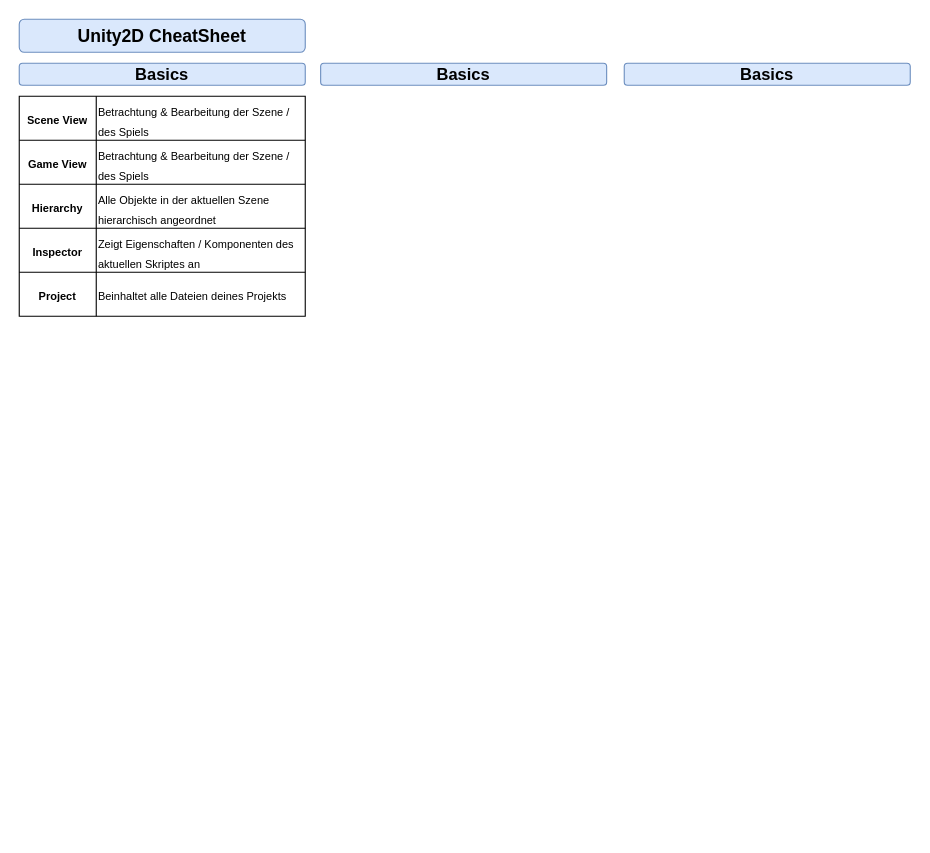
Earlier version of the draw.io diagram CheatSheet.drawio (CanonDieCamera/Bee-Unity-Asset). Source tidied: cells renumbered, new cells numbered last; positions are measured from the earlier drawing's top-left corner, leaving out a move shared by most shapes. Both pictures are drawn from the tidied source at 110%, with x=0, y=0 at pixel (19, 19).
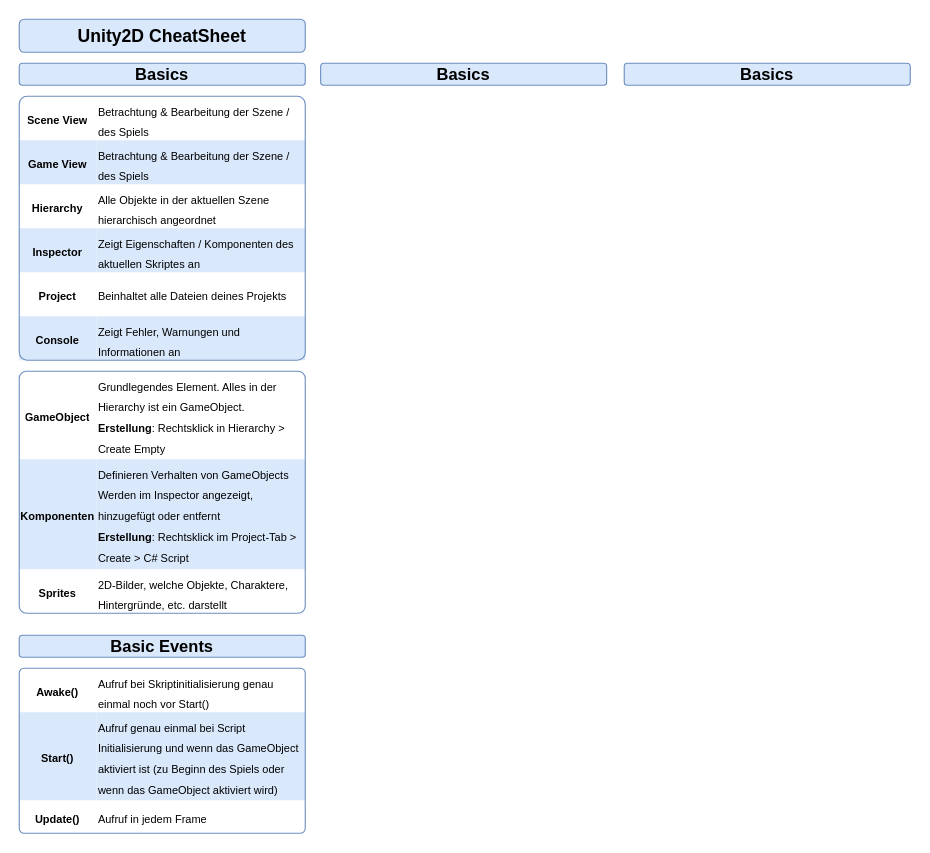
Above is the later version.

Commit message:
add basic Events

Unchanged cells that the change refers to:
```xml
<mxCell id="10" style="shape=tableRow;horizontal=0;startSize=0;swimlaneHead=0;swimlaneBody=0;strokeColor=inherit;top=0;left=0;bottom=0;right=0;fillColor=none;fontSize=16;" parent="6" vertex="1">
  <mxGeometry y="40" width="260" height="40" as="geometry" />
</mxCell>
<mxCell id="16" style="shape=tableRow;horizontal=0;startSize=0;swimlaneHead=0;swimlaneBody=0;strokeColor=inherit;top=0;left=0;bottom=0;right=0;fillColor=none;fontSize=16;" parent="6" vertex="1">
  <mxGeometry y="120" width="260" height="40" as="geometry" />
</mxCell>
```

The edit, as a diff of the source:
```diff
@@
-    <mxCell id="2" value="&lt;font style=&quot;font-size: 16px;&quot;&gt;&lt;b&gt;Unity2D CheatSheet&lt;/b&gt;&lt;/font&gt;" style="rounded=1;whiteSpace=wrap;html=1;fillColor=#dae8fc;strokeColor=#6c8ebf;" parent="1" vertex="1">
-      <mxGeometry width="260" height="30" as="geometry" />
-    </mxCell>
-    <mxCell id="3" value="&lt;font style=&quot;font-size: 15px;&quot;&gt;&lt;b&gt;Basics&lt;/b&gt;&lt;/font&gt;" style="rounded=1;whiteSpace=wrap;html=1;fillColor=#dae8fc;strokeColor=#6c8ebf;" parent="1" vertex="1">
-      <mxGeometry y="40" width="260" height="20" as="geometry" />
-    </mxCell>
-    <mxCell id="4" value="&lt;font style=&quot;font-size: 15px;&quot;&gt;&lt;b&gt;Basics&lt;/b&gt;&lt;/font&gt;" style="rounded=1;whiteSpace=wrap;html=1;fillColor=#dae8fc;strokeColor=#6c8ebf;" parent="1" vertex="1">
-      <mxGeometry x="274" y="40" width="260" height="20" as="geometry" />
-    </mxCell>
-    <mxCell id="5" value="&lt;font style=&quot;font-size: 15px;&quot;&gt;&lt;b&gt;Basics&lt;/b&gt;&lt;/font&gt;" style="rounded=1;whiteSpace=wrap;html=1;fillColor=#dae8fc;strokeColor=#6c8ebf;" parent="1" vertex="1">
-      <mxGeometry x="550" y="40" width="260" height="20" as="geometry" />
-    </mxCell>
-    <mxCell id="6" style="shape=table;startSize=0;childLayout=tableLayout;fontSize=16;arcSize=19;" parent="1" vertex="1">
-      <mxGeometry y="70" width="260" height="200" as="geometry" />
+    <mxCell id="6" style="shape=table;startSize=0;childLayout=tableLayout;fontSize=16;arcSize=19;swimlaneFillColor=none;fillColor=none;strokeColor=none;" parent="1" vertex="1">
+      <mxGeometry y="70" width="260" height="240" as="geometry" />
     </mxCell>
@@
-    <mxCell id="11" value="&lt;b style=&quot;border-color: var(--border-color); font-size: 10px;&quot;&gt;Game View&lt;/b&gt;" style="shape=partialRectangle;html=1;whiteSpace=wrap;strokeColor=inherit;overflow=hidden;fillColor=none;top=0;left=0;bottom=0;right=0;fontSize=16;" parent="10" vertex="1">
+    <mxCell id="11" value="&lt;b style=&quot;border-color: var(--border-color); font-size: 10px;&quot;&gt;Game View&lt;/b&gt;" style="shape=partialRectangle;html=1;whiteSpace=wrap;strokeColor=#6c8ebf;overflow=hidden;fillColor=#dae8fc;top=0;left=0;bottom=0;right=0;fontSize=16;" parent="10" vertex="1">
       <mxGeometry width="70" height="40" as="geometry" />
     </mxCell>
-    <mxCell id="12" value="&lt;font style=&quot;font-size: 10px;&quot;&gt;Betrachtung &amp;amp; Bearbeitung der Szene / des Spiels&lt;/font&gt;" style="shape=partialRectangle;html=1;whiteSpace=wrap;strokeColor=inherit;overflow=hidden;fillColor=none;top=0;left=0;bottom=0;right=0;fontSize=16;align=left;" parent="10" vertex="1">
+    <mxCell id="12" value="&lt;font style=&quot;font-size: 10px;&quot;&gt;Betrachtung &amp;amp; Bearbeitung der Szene / des Spiels&lt;/font&gt;" style="shape=partialRectangle;html=1;whiteSpace=wrap;strokeColor=#6c8ebf;overflow=hidden;fillColor=#dae8fc;top=0;left=0;bottom=0;right=0;fontSize=16;align=left;" parent="10" vertex="1">
       <mxGeometry x="70" width="190" height="40" as="geometry" />
     </mxCell>
@@
-    <mxCell id="17" value="&lt;b style=&quot;border-color: var(--border-color); font-size: 10px;&quot;&gt;Inspector&lt;/b&gt;" style="shape=partialRectangle;html=1;whiteSpace=wrap;strokeColor=inherit;overflow=hidden;fillColor=none;top=0;left=0;bottom=0;right=0;fontSize=16;" parent="16" vertex="1">
+    <mxCell id="17" value="&lt;b style=&quot;border-color: var(--border-color); font-size: 10px;&quot;&gt;Inspector&lt;/b&gt;" style="shape=partialRectangle;html=1;whiteSpace=wrap;strokeColor=#6c8ebf;overflow=hidden;fillColor=#dae8fc;top=0;left=0;bottom=0;right=0;fontSize=16;" parent="16" vertex="1">
       <mxGeometry width="70" height="40" as="geometry" />
     </mxCell>
-    <mxCell id="18" value="&lt;font style=&quot;font-size: 10px;&quot;&gt;Zeigt Eigenschaften / Komponenten des aktuellen Skriptes an&lt;/font&gt;" style="shape=partialRectangle;html=1;whiteSpace=wrap;strokeColor=inherit;overflow=hidden;fillColor=none;top=0;left=0;bottom=0;right=0;fontSize=16;align=left;" parent="16" vertex="1">
+    <mxCell id="18" value="&lt;font style=&quot;font-size: 10px;&quot;&gt;Zeigt Eigenschaften / Komponenten des aktuellen Skriptes an&lt;/font&gt;" style="shape=partialRectangle;html=1;whiteSpace=wrap;strokeColor=#6c8ebf;overflow=hidden;fillColor=#dae8fc;top=0;left=0;bottom=0;right=0;fontSize=16;align=left;" parent="16" vertex="1">
       <mxGeometry x="70" width="190" height="40" as="geometry" />
     </mxCell>
@@
+    <mxCell id="22" style="shape=tableRow;horizontal=0;startSize=0;swimlaneHead=0;swimlaneBody=0;strokeColor=inherit;top=0;left=0;bottom=0;right=0;fillColor=none;fontSize=16;" parent="6" vertex="1">
+      <mxGeometry y="200" width="260" height="40" as="geometry" />
+    </mxCell>
+    <mxCell id="23" value="&lt;font style=&quot;font-size: 10px;&quot;&gt;&lt;b&gt;Console&lt;/b&gt;&lt;/font&gt;" style="shape=partialRectangle;html=1;whiteSpace=wrap;strokeColor=#6c8ebf;overflow=hidden;fillColor=#dae8fc;top=0;left=0;bottom=0;right=0;fontSize=16;" parent="22" vertex="1">
+      <mxGeometry width="70" height="40" as="geometry" />
+    </mxCell>
+    <mxCell id="24" value="&lt;font style=&quot;font-size: 10px;&quot;&gt;Zeigt Fehler, Warnungen und Informationen an&lt;/font&gt;" style="shape=partialRectangle;html=1;whiteSpace=wrap;strokeColor=#6c8ebf;overflow=hidden;fillColor=#dae8fc;top=0;left=0;bottom=0;right=0;fontSize=16;align=left;" parent="22" vertex="1">
+      <mxGeometry x="70" width="190" height="40" as="geometry" />
+    </mxCell>
+    <mxCell id="25" style="rounded=1;whiteSpace=wrap;html=1;arcSize=3;fillColor=none;strokeColor=#6c8ebf;" parent="1" vertex="1">
+      <mxGeometry y="70" width="260" height="240" as="geometry" />
+    </mxCell>
+    <mxCell id="2" value="&lt;font style=&quot;font-size: 16px;&quot;&gt;&lt;b&gt;Unity2D CheatSheet&lt;/b&gt;&lt;/font&gt;" style="rounded=1;whiteSpace=wrap;html=1;fillColor=#dae8fc;strokeColor=#6c8ebf;" parent="1" vertex="1">
+      <mxGeometry width="260" height="30" as="geometry" />
+    </mxCell>
+    <mxCell id="3" value="&lt;font style=&quot;font-size: 15px;&quot;&gt;&lt;b&gt;Basics&lt;/b&gt;&lt;/font&gt;" style="rounded=1;whiteSpace=wrap;html=1;fillColor=#dae8fc;strokeColor=#6c8ebf;" parent="1" vertex="1">
+      <mxGeometry y="40" width="260" height="20" as="geometry" />
+    </mxCell>
+    <mxCell id="4" value="&lt;font style=&quot;font-size: 15px;&quot;&gt;&lt;b&gt;Basics&lt;/b&gt;&lt;/font&gt;" style="rounded=1;whiteSpace=wrap;html=1;fillColor=#dae8fc;strokeColor=#6c8ebf;" parent="1" vertex="1">
+      <mxGeometry x="274" y="40" width="260" height="20" as="geometry" />
+    </mxCell>
+    <mxCell id="5" value="&lt;font style=&quot;font-size: 15px;&quot;&gt;&lt;b&gt;Basics&lt;/b&gt;&lt;/font&gt;" style="rounded=1;whiteSpace=wrap;html=1;fillColor=#dae8fc;strokeColor=#6c8ebf;" parent="1" vertex="1">
+      <mxGeometry x="550" y="40" width="260" height="20" as="geometry" />
+    </mxCell>
+    <mxCell id="26" style="shape=table;startSize=0;childLayout=tableLayout;fontSize=16;arcSize=19;swimlaneFillColor=none;fillColor=none;strokeColor=none;" parent="1" vertex="1">
+      <mxGeometry y="320" width="260" height="220" as="geometry" />
+    </mxCell>
+    <mxCell id="27" style="shape=tableRow;horizontal=0;startSize=0;swimlaneHead=0;swimlaneBody=0;strokeColor=inherit;top=0;left=0;bottom=0;right=0;fillColor=none;fontSize=16;" parent="26" vertex="1">
+      <mxGeometry width="260" height="80" as="geometry" />
+    </mxCell>
+    <mxCell id="28" value="&lt;b style=&quot;border-color: var(--border-color); font-size: 10px;&quot;&gt;GameObject&lt;/b&gt;" style="shape=partialRectangle;html=1;whiteSpace=wrap;strokeColor=inherit;overflow=hidden;fillColor=none;top=0;left=0;bottom=0;right=0;fontSize=16;" parent="27" vertex="1">
+      <mxGeometry width="70" height="80" as="geometry" />
+    </mxCell>
+    <mxCell id="29" value="&lt;span style=&quot;font-size: 10px;&quot;&gt;Grundlegendes Element. Alles in der Hierarchy ist ein GameObject.&lt;br&gt;&lt;b&gt;Erstellung&lt;/b&gt;: Rechtsklick in Hierarchy &amp;gt; Create Empty&lt;br&gt;&lt;/span&gt;" style="shape=partialRectangle;html=1;whiteSpace=wrap;strokeColor=inherit;overflow=hidden;fillColor=none;top=0;left=0;bottom=0;right=0;fontSize=16;align=left;" parent="27" vertex="1">
+      <mxGeometry x="70" width="190" height="80" as="geometry" />
+    </mxCell>
+    <mxCell id="30" style="shape=tableRow;horizontal=0;startSize=0;swimlaneHead=0;swimlaneBody=0;strokeColor=inherit;top=0;left=0;bottom=0;right=0;fillColor=none;fontSize=16;" parent="26" vertex="1">
+      <mxGeometry y="80" width="260" height="100" as="geometry" />
+    </mxCell>
+    <mxCell id="31" value="&lt;span style=&quot;font-size: 10px;&quot;&gt;&lt;b&gt;Komponenten&lt;/b&gt;&lt;/span&gt;" style="shape=partialRectangle;html=1;whiteSpace=wrap;strokeColor=#6c8ebf;overflow=hidden;fillColor=#dae8fc;top=0;left=0;bottom=0;right=0;fontSize=16;" parent="30" vertex="1">
+      <mxGeometry width="70" height="100" as="geometry" />
+    </mxCell>
+    <mxCell id="32" value="&lt;span style=&quot;font-size: 10px;&quot;&gt;Definieren Verhalten von GameObjects&lt;br&gt;Werden im Inspector angezeigt, hinzugefügt oder entfernt&lt;br&gt;&lt;b&gt;Erstellung&lt;/b&gt;: Rechtsklick im Project-Tab &amp;gt; Create &amp;gt; C# Script&lt;br&gt;&lt;/span&gt;" style="shape=partialRectangle;html=1;whiteSpace=wrap;strokeColor=#6c8ebf;overflow=hidden;fillColor=#dae8fc;top=0;left=0;bottom=0;right=0;fontSize=16;align=left;" parent="30" vertex="1">
+      <mxGeometry x="70" width="190" height="100" as="geometry" />
+    </mxCell>
+    <mxCell id="33" style="shape=tableRow;horizontal=0;startSize=0;swimlaneHead=0;swimlaneBody=0;strokeColor=inherit;top=0;left=0;bottom=0;right=0;fillColor=none;fontSize=16;" parent="26" vertex="1">
+      <mxGeometry y="180" width="260" height="40" as="geometry" />
+    </mxCell>
+    <mxCell id="34" value="&lt;font size=&quot;1&quot;&gt;&lt;b&gt;Sprites&lt;/b&gt;&lt;/font&gt;" style="shape=partialRectangle;html=1;whiteSpace=wrap;strokeColor=#6c8ebf;overflow=hidden;fillColor=none;top=0;left=0;bottom=0;right=0;fontSize=16;" parent="33" vertex="1">
+      <mxGeometry width="70" height="40" as="geometry" />
+    </mxCell>
+    <mxCell id="35" value="&lt;font style=&quot;font-size: 10px;&quot;&gt;2D-Bilder, welche Objekte, Charaktere, Hintergründe, etc. darstellt&lt;/font&gt;" style="shape=partialRectangle;html=1;whiteSpace=wrap;strokeColor=#6c8ebf;overflow=hidden;fillColor=none;top=0;left=0;bottom=0;right=0;fontSize=16;align=left;" parent="33" vertex="1">
+      <mxGeometry x="70" width="190" height="40" as="geometry" />
+    </mxCell>
+    <mxCell id="36" style="rounded=1;whiteSpace=wrap;html=1;arcSize=3;fillColor=none;strokeColor=#6c8ebf;" parent="1" vertex="1">
+      <mxGeometry y="320" width="260" height="220" as="geometry" />
+    </mxCell>
+    <mxCell id="37" value="&lt;font style=&quot;font-size: 15px;&quot;&gt;&lt;b&gt;Basic Events&lt;/b&gt;&lt;/font&gt;" style="rounded=1;whiteSpace=wrap;html=1;fillColor=#dae8fc;strokeColor=#6c8ebf;" parent="1" vertex="1">
+      <mxGeometry y="560" width="260" height="20" as="geometry" />
+    </mxCell>
+    <mxCell id="38" style="shape=table;startSize=0;childLayout=tableLayout;fontSize=16;arcSize=19;swimlaneFillColor=none;fillColor=none;strokeColor=none;" parent="1" vertex="1">
+      <mxGeometry y="590" width="260" height="150" as="geometry" />
+    </mxCell>
+    <mxCell id="39" style="shape=tableRow;horizontal=0;startSize=0;swimlaneHead=0;swimlaneBody=0;strokeColor=inherit;top=0;left=0;bottom=0;right=0;fillColor=none;fontSize=16;" parent="38" vertex="1">
+      <mxGeometry width="260" height="40" as="geometry" />
+    </mxCell>
+    <mxCell id="40" value="&lt;font size=&quot;1&quot;&gt;&lt;b&gt;Awake()&lt;/b&gt;&lt;/font&gt;" style="shape=partialRectangle;html=1;whiteSpace=wrap;strokeColor=#6c8ebf;overflow=hidden;fillColor=none;top=0;left=0;bottom=0;right=0;fontSize=16;" parent="39" vertex="1">
+      <mxGeometry width="70" height="40" as="geometry" />
+    </mxCell>
+    <mxCell id="41" value="&lt;span style=&quot;font-size: 10px;&quot;&gt;Aufruf bei Skriptinitialisierung genau einmal noch vor Start()&lt;/span&gt;" style="shape=partialRectangle;html=1;whiteSpace=wrap;strokeColor=#6c8ebf;overflow=hidden;fillColor=none;top=0;left=0;bottom=0;right=0;fontSize=16;align=left;" parent="39" vertex="1">
+      <mxGeometry x="70" width="190" height="40" as="geometry" />
+    </mxCell>
+    <mxCell id="42" style="shape=tableRow;horizontal=0;startSize=0;swimlaneHead=0;swimlaneBody=0;strokeColor=inherit;top=0;left=0;bottom=0;right=0;fillColor=none;fontSize=16;" parent="38" vertex="1">
+      <mxGeometry y="40" width="260" height="80" as="geometry" />
+    </mxCell>
+    <mxCell id="43" value="&lt;b style=&quot;border-color: var(--border-color); font-size: 10px;&quot;&gt;Start()&lt;/b&gt;" style="shape=partialRectangle;html=1;whiteSpace=wrap;strokeColor=#6c8ebf;overflow=hidden;fillColor=#dae8fc;top=0;left=0;bottom=0;right=0;fontSize=16;" parent="42" vertex="1">
+      <mxGeometry width="70" height="80" as="geometry" />
+    </mxCell>
+    <mxCell id="44" value="&lt;span style=&quot;font-size: 10px;&quot;&gt;Aufruf genau einmal bei Script Initialisierung und wenn das GameObject aktiviert ist (zu Beginn des Spiels oder wenn das GameObject aktiviert wird)&lt;br&gt;&lt;/span&gt;" style="shape=partialRectangle;html=1;whiteSpace=wrap;strokeColor=#6c8ebf;overflow=hidden;fillColor=#dae8fc;top=0;left=0;bottom=0;right=0;fontSize=16;align=left;" parent="42" vertex="1">
+      <mxGeometry x="70" width="190" height="80" as="geometry" />
+    </mxCell>
+    <mxCell id="45" style="shape=tableRow;horizontal=0;startSize=0;swimlaneHead=0;swimlaneBody=0;strokeColor=inherit;top=0;left=0;bottom=0;right=0;fillColor=none;fontSize=16;" parent="38" vertex="1">
+      <mxGeometry y="120" width="260" height="30" as="geometry" />
+    </mxCell>
+    <mxCell id="46" value="&lt;span style=&quot;font-size: 10px;&quot;&gt;&lt;b&gt;Update()&lt;/b&gt;&lt;/span&gt;" style="shape=partialRectangle;html=1;whiteSpace=wrap;strokeColor=#6c8ebf;overflow=hidden;fillColor=none;top=0;left=0;bottom=0;right=0;fontSize=16;" parent="45" vertex="1">
+      <mxGeometry width="70" height="30" as="geometry" />
+    </mxCell>
+    <mxCell id="47" value="&lt;span style=&quot;font-size: 10px;&quot;&gt;Aufruf in jedem Frame&lt;br&gt;&lt;/span&gt;" style="shape=partialRectangle;html=1;whiteSpace=wrap;strokeColor=#6c8ebf;overflow=hidden;fillColor=none;top=0;left=0;bottom=0;right=0;fontSize=16;align=left;" parent="45" vertex="1">
+      <mxGeometry x="70" width="190" height="30" as="geometry" />
+    </mxCell>
+    <mxCell id="48" style="rounded=1;whiteSpace=wrap;html=1;arcSize=3;fillColor=none;strokeColor=#6c8ebf;" parent="1" vertex="1">
+      <mxGeometry y="590" width="260" height="150" as="geometry" />
+    </mxCell>
```
